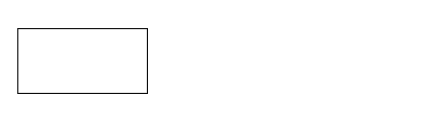
Earlier version of the draw.io diagram first.drawio (ytlyy1773/draw.io). Source tidied: cells renumbered, new cells numbered last; positions are measured from the earlier drawing's top-left corner, leaving out a move shared by most shapes. Both pictures are drawn from the tidied source at 108%, with x=0, y=0 at pixel (17, 28).
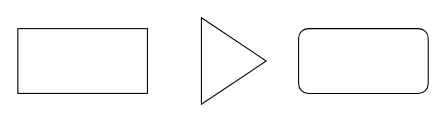
The same diagram, later.

Change to the diagram source:
```diff
@@
 <mxGraphModel>
   <root>
     <mxCell id="0" />
     <mxCell id="1" parent="0" />
     <mxCell id="2" style="rounded=0;whiteSpace=wrap;html=1;" parent="1" vertex="1">
       <mxGeometry width="120" height="60" as="geometry" />
     </mxCell>
+    <mxCell id="3" style="rounded=1;whiteSpace=wrap;html=1;" parent="1" vertex="1">
+      <mxGeometry x="260" width="120" height="60" as="geometry" />
+    </mxCell>
+    <mxCell id="4" style="triangle;whiteSpace=wrap;html=1;" parent="1" vertex="1">
+      <mxGeometry x="170" y="-10" width="60" height="80" as="geometry" />
+    </mxCell>
   </root>
 </mxGraphModel>
```
